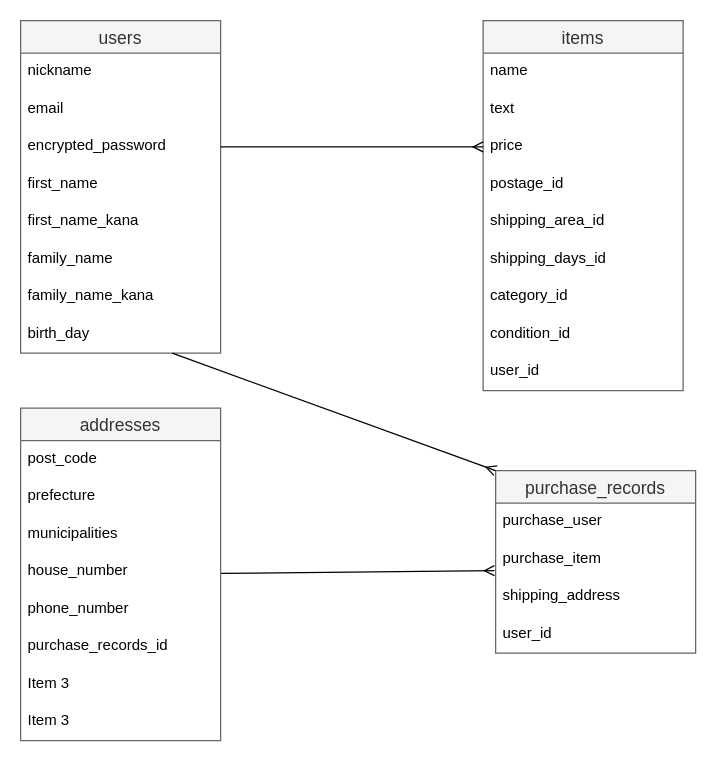
The draw.io diagram test2.dio in K-RKY/furima-38108, before the edit. Source tidied: cells renumbered, new cells numbered last; positions are measured from the earlier drawing's top-left corner, leaving out a move shared by most shapes. Both pictures are drawn from the tidied source at 125%, with x=0, y=0 at pixel (20, 20).
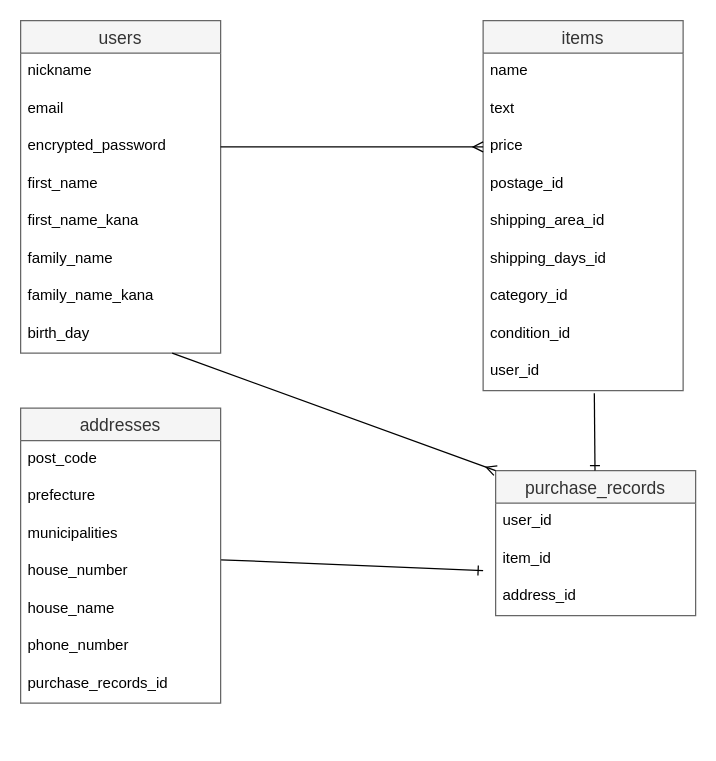
After the change.

Commit message (it also covers changes not shown here):
データベース設計の修正2回目

Unchanged cells that the change refers to:
```xml
<mxCell id="20" value="user_id" style="text;strokeColor=none;fillColor=none;spacingLeft=4;spacingRight=4;overflow=hidden;points=[[0,0.5],[1,0.5]];portConstraint=eastwest;fontSize=12;" parent="11" vertex="1">
  <mxGeometry y="266" width="160" height="30" as="geometry" />
</mxCell>
```

The edit, as a diff of the source:
```diff
@@
-    <mxCell id="21" style="edgeStyle=none;html=1;entryX=-0.006;entryY=0.8;entryDx=0;entryDy=0;entryPerimeter=0;endArrow=ERmany;endFill=0;" parent="1" edge="1" source="22" target="33">
-      <mxGeometry relative="1" as="geometry" />
+    <mxCell id="21" style="edgeStyle=none;html=1;endArrow=ERone;endFill=0;" parent="1" edge="1" source="22">
+      <mxGeometry relative="1" as="geometry">
+        <mxPoint x="370" y="440" as="targetPoint" />
+      </mxGeometry>
     </mxCell>
     <mxCell id="22" value="addresses" style="swimlane;fontStyle=0;horizontal=1;startSize=26;align=center;fontSize=14;fillColor=#f5f5f5;fontColor=#333333;strokeColor=#666666;" parent="1" vertex="1">
-      <mxGeometry y="310" width="160" height="266" as="geometry" />
+      <mxGeometry y="310" width="160" height="236" as="geometry" />
     </mxCell>
@@
+    <mxCell id="38" value="house_name" style="text;strokeColor=none;fillColor=none;spacingLeft=4;spacingRight=4;overflow=hidden;fontSize=12;" parent="22" vertex="1">
+      <mxGeometry y="146" width="160" height="30" as="geometry" />
+    </mxCell>
     <mxCell id="27" value="phone_number" style="text;strokeColor=none;fillColor=none;spacingLeft=4;spacingRight=4;overflow=hidden;fontSize=12;" parent="22" vertex="1">
-      <mxGeometry y="146" width="160" height="30" as="geometry" />
+      <mxGeometry y="176" width="160" height="30" as="geometry" />
     </mxCell>
     <mxCell id="28" value="purchase_records_id" style="text;strokeColor=none;fillColor=none;spacingLeft=4;spacingRight=4;overflow=hidden;fontSize=12;" parent="22" vertex="1">
-      <mxGeometry y="176" width="160" height="30" as="geometry" />
+      <mxGeometry y="206" width="160" height="30" as="geometry" />
     </mxCell>
-    <mxCell id="29" value="Item 3" style="text;strokeColor=none;fillColor=none;spacingLeft=4;spacingRight=4;overflow=hidden;fontSize=12;" parent="22" vertex="1">
-      <mxGeometry y="206" width="160" height="30" as="geometry" />
-    </mxCell>
-    <mxCell id="30" value="Item 3" style="text;strokeColor=none;fillColor=none;spacingLeft=4;spacingRight=4;overflow=hidden;fontSize=12;" parent="22" vertex="1">
-      <mxGeometry y="236" width="160" height="30" as="geometry" />
-    </mxCell>
     <mxCell id="31" value="purchase_records" style="swimlane;fontStyle=0;horizontal=1;startSize=26;align=center;fontSize=14;fillColor=#f5f5f5;fontColor=#333333;strokeColor=#666666;" parent="1" vertex="1">
-      <mxGeometry x="380" y="360" width="160" height="146" as="geometry" />
+      <mxGeometry x="380" y="360" width="160" height="116" as="geometry" />
     </mxCell>
-    <mxCell id="32" value="purchase_user" style="text;strokeColor=none;fillColor=none;spacingLeft=4;spacingRight=4;overflow=hidden;fontSize=12;" parent="31" vertex="1">
-      <mxGeometry y="26" width="160" height="30" as="geometry" />
-    </mxCell>
-    <mxCell id="33" value="purchase_item" style="text;strokeColor=none;fillColor=none;spacingLeft=4;spacingRight=4;overflow=hidden;points=[[0,0.5],[1,0.5]];portConstraint=eastwest;fontSize=12;" parent="31" vertex="1">
-      <mxGeometry y="56" width="160" height="30" as="geometry" />
-    </mxCell>
-    <mxCell id="34" value="shipping_address" style="text;strokeColor=none;fillColor=none;spacingLeft=4;spacingRight=4;overflow=hidden;fontSize=12;" parent="31" vertex="1">
-      <mxGeometry y="86" width="160" height="30" as="geometry" />
-    </mxCell>
     <mxCell id="35" value="user_id" style="text;strokeColor=none;fillColor=none;spacingLeft=4;spacingRight=4;overflow=hidden;fontSize=12;" parent="31" vertex="1">
-      <mxGeometry y="116" width="160" height="30" as="geometry" />
+      <mxGeometry y="26" width="160" height="30" as="geometry" />
     </mxCell>
+    <mxCell id="39" value="item_id" style="text;strokeColor=none;fillColor=none;spacingLeft=4;spacingRight=4;overflow=hidden;fontSize=12;" parent="31" vertex="1">
+      <mxGeometry y="56" width="160" height="30" as="geometry" />
+    </mxCell>
+    <mxCell id="40" value="address_id" style="text;strokeColor=none;fillColor=none;spacingLeft=4;spacingRight=4;overflow=hidden;fontSize=12;" parent="31" vertex="1">
+      <mxGeometry y="86" width="160" height="30" as="geometry" />
+    </mxCell>
@@
+    <mxCell id="41" style="edgeStyle=none;html=1;endArrow=ERone;endFill=0;exitX=0.556;exitY=1.067;exitDx=0;exitDy=0;exitPerimeter=0;" parent="1" edge="1" source="20" target="31">
+      <mxGeometry relative="1" as="geometry" />
+    </mxCell>
```
